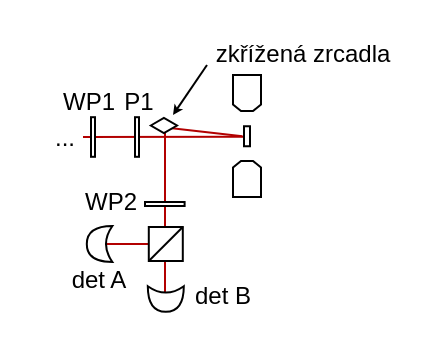
vladidobro/thesis keeps this draw.io diagram as img/svg/ferh-schema.drawio. Above is the earlier version. Source tidied: cells renumbered, new cells numbered last; positions are measured from the earlier drawing's top-left corner, leaving out a move shared by most shapes. Both pictures are drawn from the tidied source at 200%, with x=0, y=0 at pixel (34, 34).
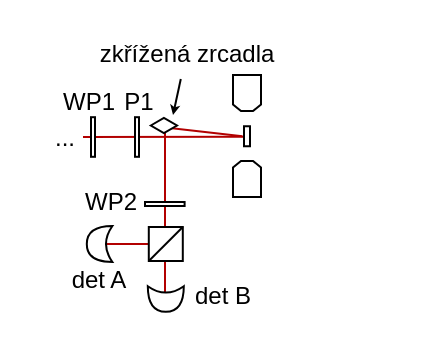
After the change.

Diff of the diagram source:
```diff
@@
-    <mxCell id="23" style="endArrow=classic;html=1;rounded=0;endSize=2;" parent="1" edge="1">
+    <mxCell id="23" style="endArrow=classic;html=1;rounded=0;endSize=2;exitX=0.469;exitY=1.1;exitDx=0;exitDy=0;exitPerimeter=0;" parent="1" edge="1" source="24">
       <mxGeometry relative="1" as="geometry">
-        <mxPoint x="86" y="15" as="sourcePoint" />
         <mxPoint x="69" y="40" as="targetPoint" />
       </mxGeometry>
     </mxCell>
     <mxCell id="24" value="zkřížená zrcadla" style="text;html=1;align=center;verticalAlign=middle;points=[];strokeColor=none;fillColor=none;" parent="1" vertex="1">
-      <mxGeometry x="84" width="100" height="20" as="geometry" />
+      <mxGeometry x="26" width="100" height="20" as="geometry" />
     </mxCell>
```
